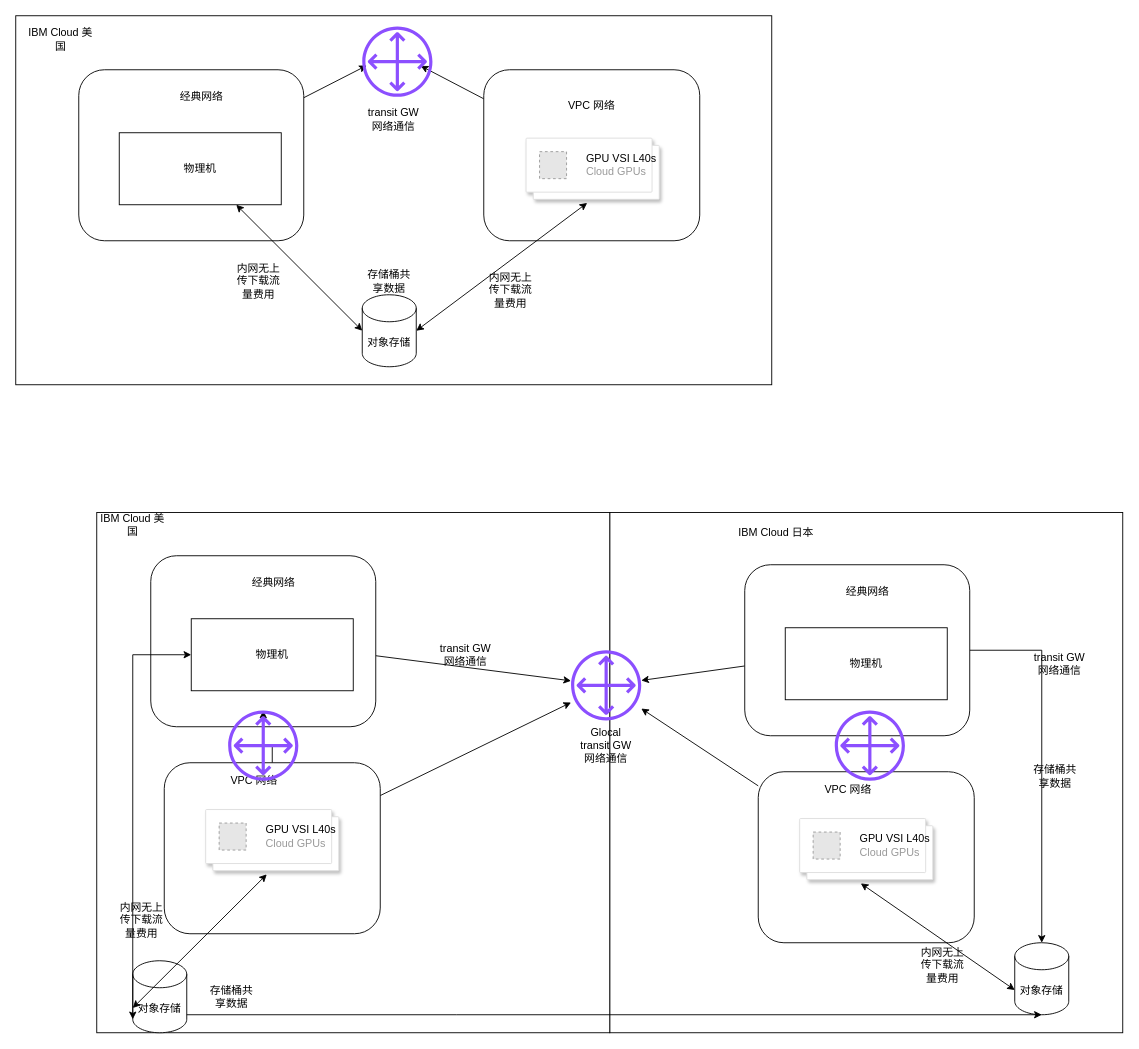
Earlier version of the draw.io diagram Untitled Diagram.drawio (threen134/draw). Source tidied: cells renumbered, new cells numbered last; positions are measured from the earlier drawing's top-left corner, leaving out a move shared by most shapes. Both pictures are drawn from the tidied source at 90%, with x=0, y=0 at pixel (15, 15). Pictures stored in the file or linked from it are replaced by grey dashed boxes.
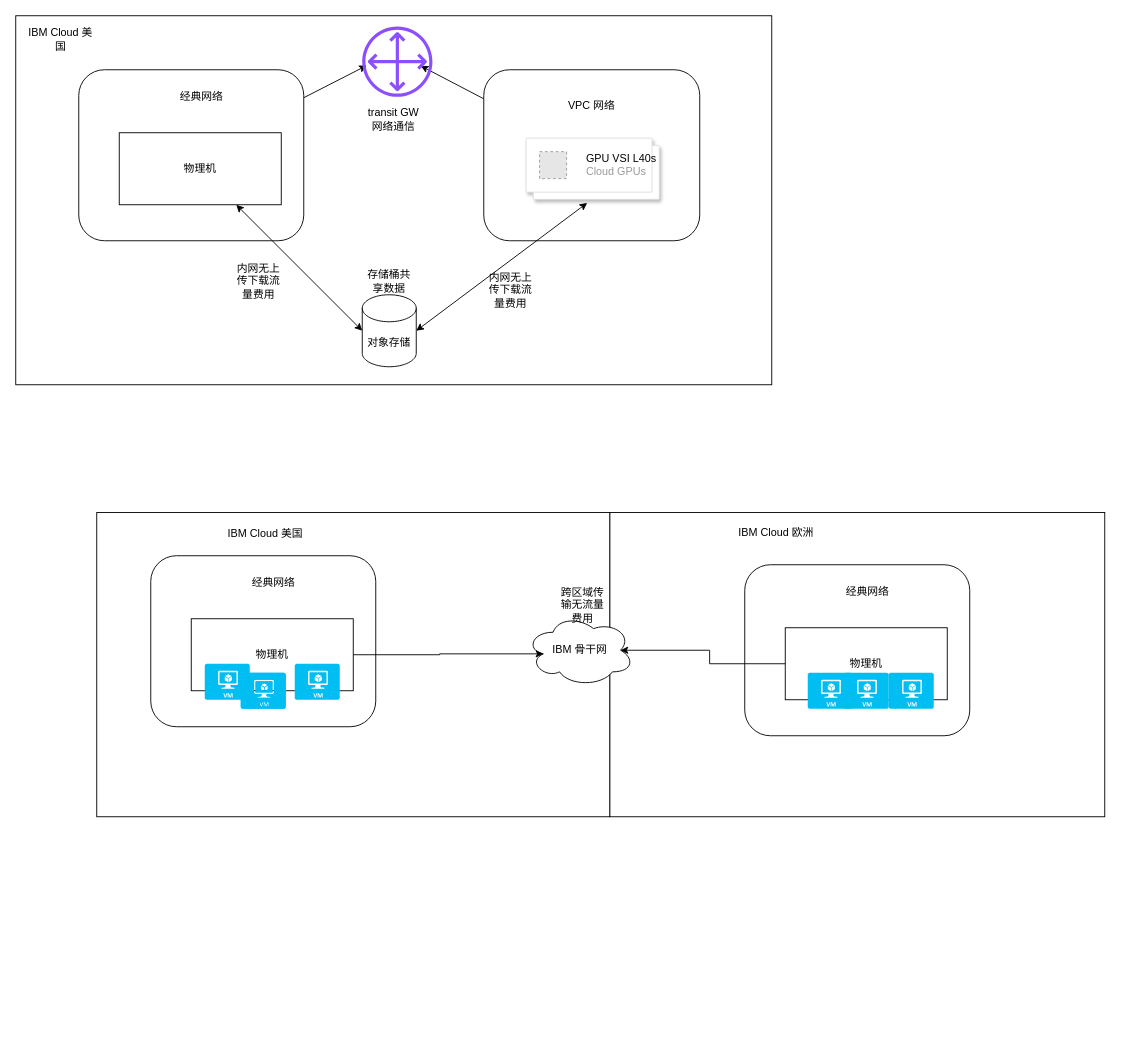
The same diagram, later.

The change refers to these unchanged cells:
```xml
<mxCell id="25" style="rounded=1;whiteSpace=wrap;html=1;" parent="1" vertex="1">
  <mxGeometry x="150" y="600" width="250" height="190" as="geometry" />
</mxCell>
<mxCell id="27" value="物理机" style="rounded=0;whiteSpace=wrap;html=1;" parent="1" vertex="1">
  <mxGeometry x="195" y="670" width="180" height="80" as="geometry" />
</mxCell>
<mxCell id="45" style="rounded=1;whiteSpace=wrap;html=1;" parent="1" vertex="1">
  <mxGeometry x="810" y="610" width="250" height="190" as="geometry" />
</mxCell>
<mxCell id="47" value="物理机" style="rounded=0;whiteSpace=wrap;html=1;" parent="1" vertex="1">
  <mxGeometry x="855" y="680" width="180" height="80" as="geometry" />
</mxCell>
```

Change to the diagram source:
```diff
@@
     <mxCell id="2" style="rounded=0;whiteSpace=wrap;html=1;" parent="1" vertex="1">
-      <mxGeometry x="660" y="552" width="570" height="578" as="geometry" />
+      <mxGeometry x="660" y="552" width="550" height="338" as="geometry" />
     </mxCell>
@@
     <mxCell id="22" style="rounded=0;whiteSpace=wrap;html=1;" parent="1" vertex="1">
-      <mxGeometry x="90" y="552" width="570" height="578" as="geometry" />
+      <mxGeometry x="90" y="552" width="570" height="338" as="geometry" />
     </mxCell>
-    <mxCell id="23" style="rounded=0;jettySize=auto;html=1;" parent="1" edge="1" source="25" target="38">
-      <mxGeometry relative="1" as="geometry" />
-    </mxCell>
-    <mxCell id="24" style="rounded=0;jettySize=auto;html=1;" parent="1" edge="1" source="25" target="58">
-      <mxGeometry relative="1" as="geometry" />
+    <mxCell id="24" style="rounded=0;jettySize=auto;html=1;" parent="1" edge="1" source="25">
+      <mxGeometry relative="1" as="geometry">
+        <mxPoint x="275" y="772" as="targetPoint" />
+      </mxGeometry>
     </mxCell>
@@
-    <mxCell id="28" style="rounded=0;jettySize=auto;html=1;" parent="1" edge="1" source="30" target="38">
-      <mxGeometry relative="1" as="geometry" />
-    </mxCell>
-    <mxCell id="29" style="edgeStyle=orthogonalEdgeStyle;rounded=0;jettySize=auto;html=1;" parent="1" edge="1" source="30" target="58">
-      <mxGeometry relative="1" as="geometry" />
-    </mxCell>
-    <mxCell id="30" style="rounded=1;whiteSpace=wrap;html=1;" parent="1" vertex="1">
-      <mxGeometry x="165" y="830" width="240" height="190" as="geometry" />
-    </mxCell>
-    <mxCell id="31" value="VPC 网络" style="text;html=1;whiteSpace=wrap;strokeColor=none;fillColor=none;align=center;verticalAlign=middle;rounded=0;" parent="1" vertex="1">
-      <mxGeometry x="210" y="840" width="110" height="20" as="geometry" />
-    </mxCell>
-    <mxCell id="32" style="shape=mxgraph.gcp2.doubleRect;fillColor=#ffffff;strokeColor=#dddddd;shadow=1;strokeWidth=1;rounded=1;absoluteArcSize=1;arcSize=2;" parent="1" vertex="1">
-      <mxGeometry x="211" y="882" width="148" height="68" as="geometry" />
-    </mxCell>
-    <mxCell id="33" value="&lt;font color=&quot;#000000&quot;&gt;GPU VSI L40s&lt;/font&gt;&lt;br&gt;Cloud GPUs" style="fillColor=#E6E6E6;strokeColor=#999999;dashed=1;html=1;fontColor=#999999;verticalLabelPosition=middle;verticalAlign=middle;labelPosition=right;align=left;spacingLeft=20;" parent="32" vertex="1">
-      <mxGeometry width="30" height="30" relative="1" as="geometry">
-        <mxPoint x="15" y="15" as="offset" />
-      </mxGeometry>
-    </mxCell>
-    <mxCell id="34" value="对象存储" style="shape=cylinder3;whiteSpace=wrap;html=1;boundedLbl=1;backgroundOutline=1;size=15;" parent="1" vertex="1">
-      <mxGeometry x="130" y="1050" width="60" height="80" as="geometry" />
-    </mxCell>
-    <mxCell id="35" style="rounded=0;jettySize=auto;html=1;startArrow=classic;startFill=1;entryX=0;entryY=1;entryDx=0;entryDy=-15;entryPerimeter=0;" parent="1" edge="1" source="27" target="34">
-      <mxGeometry relative="1" as="geometry">
-        <Array as="points">
-          <mxPoint x="130" y="710" />
-          <mxPoint x="130" y="1070" />
-        </Array>
-      </mxGeometry>
-    </mxCell>
-    <mxCell id="36" style="rounded=0;jettySize=auto;html=1;entryX=0.459;entryY=1.059;entryDx=0;entryDy=0;entryPerimeter=0;exitX=0;exitY=0;exitDx=0;exitDy=52.5;exitPerimeter=0;startArrow=classic;startFill=1;" parent="1" edge="1" source="34" target="32">
-      <mxGeometry relative="1" as="geometry" />
-    </mxCell>
-    <mxCell id="37" value="存储桶共享数据" style="text;html=1;whiteSpace=wrap;strokeColor=none;fillColor=none;align=center;verticalAlign=middle;rounded=0;" parent="1" vertex="1">
-      <mxGeometry x="210" y="1075" width="60" height="30" as="geometry" />
-    </mxCell>
-    <mxCell id="38" style="sketch=0;outlineConnect=0;fontColor=#232F3E;gradientColor=none;fillColor=#8C4FFF;strokeColor=none;dashed=0;verticalLabelPosition=bottom;verticalAlign=top;align=center;html=1;fontSize=12;fontStyle=0;shape=mxgraph.aws4.customer_gateway;" parent="1" vertex="1">
-      <mxGeometry x="617" y="705" width="78" height="78" as="geometry" />
-    </mxCell>
-    <mxCell id="39" value="transit GW 网络通信" style="text;html=1;whiteSpace=wrap;strokeColor=none;fillColor=none;align=center;verticalAlign=middle;rounded=0;" parent="1" vertex="1">
-      <mxGeometry x="470" y="695" width="60" height="30" as="geometry" />
-    </mxCell>
     <mxCell id="40" value="IBM Cloud 美国" style="text;html=1;whiteSpace=wrap;strokeColor=none;fillColor=none;align=center;verticalAlign=middle;rounded=0;" parent="1" vertex="1">
-      <mxGeometry x="90" y="552" width="80" height="28" as="geometry" />
+      <mxGeometry x="215" y="562" width="125" height="28" as="geometry" />
     </mxCell>
-    <mxCell id="41" value="内网无上传下载流量费用" style="text;html=1;whiteSpace=wrap;strokeColor=none;fillColor=none;align=center;verticalAlign=middle;rounded=0;" parent="1" vertex="1">
-      <mxGeometry x="110" y="990" width="60" height="30" as="geometry" />
-    </mxCell>
-    <mxCell id="42" value="IBM Cloud 日本" style="text;html=1;whiteSpace=wrap;strokeColor=none;fillColor=none;align=center;verticalAlign=middle;rounded=0;" parent="1" vertex="1">
+    <mxCell id="42" value="IBM Cloud 欧洲" style="text;html=1;whiteSpace=wrap;strokeColor=none;fillColor=none;align=center;verticalAlign=middle;rounded=0;" parent="1" vertex="1">
       <mxGeometry x="780" y="560" width="130" height="30" as="geometry" />
     </mxCell>
-    <mxCell id="43" style="edgeStyle=orthogonalEdgeStyle;rounded=0;jettySize=auto;html=1;" parent="1" edge="1" source="45" target="53">
-      <mxGeometry relative="1" as="geometry" />
-    </mxCell>
-    <mxCell id="44" style="rounded=0;jettySize=auto;html=1;" parent="1" edge="1" source="45" target="38">
-      <mxGeometry relative="1" as="geometry" />
-    </mxCell>
@@
-    <mxCell id="48" style="rounded=0;jettySize=auto;html=1;" parent="1" edge="1" source="49" target="38">
-      <mxGeometry relative="1" as="geometry" />
-    </mxCell>
-    <mxCell id="49" style="rounded=1;whiteSpace=wrap;html=1;" parent="1" vertex="1">
-      <mxGeometry x="825" y="840" width="240" height="190" as="geometry" />
-    </mxCell>
-    <mxCell id="50" value="VPC 网络" style="text;html=1;whiteSpace=wrap;strokeColor=none;fillColor=none;align=center;verticalAlign=middle;rounded=0;" parent="1" vertex="1">
-      <mxGeometry x="870" y="850" width="110" height="20" as="geometry" />
-    </mxCell>
-    <mxCell id="51" style="shape=mxgraph.gcp2.doubleRect;fillColor=#ffffff;strokeColor=#dddddd;shadow=1;strokeWidth=1;rounded=1;absoluteArcSize=1;arcSize=2;" parent="1" vertex="1">
-      <mxGeometry x="871" y="892" width="148" height="68" as="geometry" />
-    </mxCell>
-    <mxCell id="52" value="&lt;font color=&quot;#000000&quot;&gt;GPU VSI L40s&lt;/font&gt;&lt;br&gt;Cloud GPUs" style="fillColor=#E6E6E6;strokeColor=#999999;dashed=1;html=1;fontColor=#999999;verticalLabelPosition=middle;verticalAlign=middle;labelPosition=right;align=left;spacingLeft=20;" parent="51" vertex="1">
-      <mxGeometry width="30" height="30" relative="1" as="geometry">
-        <mxPoint x="15" y="15" as="offset" />
-      </mxGeometry>
-    </mxCell>
-    <mxCell id="53" value="对象存储" style="shape=cylinder3;whiteSpace=wrap;html=1;boundedLbl=1;backgroundOutline=1;size=15;" parent="1" vertex="1">
-      <mxGeometry x="1110" y="1030" width="60" height="80" as="geometry" />
-    </mxCell>
-    <mxCell id="54" style="rounded=0;jettySize=auto;html=1;entryX=0.459;entryY=1.059;entryDx=0;entryDy=0;entryPerimeter=0;exitX=0;exitY=0;exitDx=0;exitDy=52.5;exitPerimeter=0;startArrow=classic;startFill=1;" parent="1" edge="1" source="53" target="51">
-      <mxGeometry relative="1" as="geometry" />
-    </mxCell>
-    <mxCell id="55" value="存储桶共享数据" style="text;html=1;whiteSpace=wrap;strokeColor=none;fillColor=none;align=center;verticalAlign=middle;rounded=0;" parent="1" vertex="1">
-      <mxGeometry x="1125" y="830" width="60" height="30" as="geometry" />
-    </mxCell>
-    <mxCell id="56" value="transit GW 网络通信" style="text;html=1;whiteSpace=wrap;strokeColor=none;fillColor=none;align=center;verticalAlign=middle;rounded=0;" parent="1" vertex="1">
-      <mxGeometry x="1130" y="705" width="60" height="30" as="geometry" />
-    </mxCell>
-    <mxCell id="57" value="内网无上传下载流量费用" style="text;html=1;whiteSpace=wrap;strokeColor=none;fillColor=none;align=center;verticalAlign=middle;rounded=0;" parent="1" vertex="1">
-      <mxGeometry x="1000" y="1040" width="60" height="30" as="geometry" />
-    </mxCell>
-    <mxCell id="58" style="sketch=0;outlineConnect=0;fontColor=#232F3E;gradientColor=none;fillColor=#8C4FFF;strokeColor=none;dashed=0;verticalLabelPosition=bottom;verticalAlign=top;align=center;html=1;fontSize=12;fontStyle=0;shape=mxgraph.aws4.customer_gateway;" parent="1" vertex="1">
-      <mxGeometry x="236" y="772" width="78" height="78" as="geometry" />
-    </mxCell>
-    <mxCell id="59" style="sketch=0;fontColor=#232F3E;gradientColor=none;fillColor=#8C4FFF;strokeColor=none;dashed=0;verticalLabelPosition=bottom;verticalAlign=top;align=center;html=1;fontSize=12;fontStyle=0;shape=mxgraph.aws4.customer_gateway;" parent="1" vertex="1">
-      <mxGeometry x="910" y="772" width="78" height="78" as="geometry" />
-    </mxCell>
-    <mxCell id="60" value="Glocal transit GW 网络通信" style="text;html=1;whiteSpace=wrap;strokeColor=none;fillColor=none;align=center;verticalAlign=middle;rounded=0;" parent="1" vertex="1">
-      <mxGeometry x="626" y="796" width="60" height="30" as="geometry" />
-    </mxCell>
-    <mxCell id="61" style="edgeStyle=orthogonalEdgeStyle;rounded=0;jettySize=auto;html=1;entryX=0.5;entryY=1;entryDx=0;entryDy=0;entryPerimeter=0;" parent="1" edge="1" source="34" target="53">
-      <mxGeometry relative="1" as="geometry">
-        <Array as="points">
-          <mxPoint x="490" y="1110" />
-          <mxPoint x="1120" y="1110" />
-        </Array>
-      </mxGeometry>
-    </mxCell>
+    <mxCell id="62" value="IBM 骨干网" style="ellipse;shape=cloud;whiteSpace=wrap;html=1;" parent="1" vertex="1">
+      <mxGeometry x="567" y="665" width="120" height="80" as="geometry" />
+    </mxCell>
+    <mxCell id="63" style="edgeStyle=orthogonalEdgeStyle;rounded=0;jettySize=auto;html=1;entryX=0.16;entryY=0.55;entryDx=0;entryDy=0;entryPerimeter=0;" parent="1" edge="1" source="27" target="62">
+      <mxGeometry relative="1" as="geometry" />
+    </mxCell>
+    <mxCell id="64" style="edgeStyle=orthogonalEdgeStyle;rounded=0;jettySize=auto;html=1;entryX=0.875;entryY=0.5;entryDx=0;entryDy=0;entryPerimeter=0;" parent="1" edge="1" source="47" target="62">
+      <mxGeometry relative="1" as="geometry" />
+    </mxCell>
+    <mxCell id="65" value="跨区域传输无流量费用" style="text;html=1;whiteSpace=wrap;strokeColor=none;fillColor=none;align=center;verticalAlign=middle;rounded=0;" parent="1" vertex="1">
+      <mxGeometry x="600" y="640" width="60" height="30" as="geometry" />
+    </mxCell>
+    <mxCell id="66" style="verticalLabelPosition=bottom;html=1;verticalAlign=top;align=center;strokeColor=none;fillColor=#00BEF2;shape=mxgraph.azure.virtual_machine;" parent="1" vertex="1">
+      <mxGeometry x="210" y="720" width="50" height="40" as="geometry" />
+    </mxCell>
+    <mxCell id="67" style="verticalLabelPosition=bottom;html=1;verticalAlign=top;align=center;strokeColor=none;fillColor=#00BEF2;shape=mxgraph.azure.virtual_machine;" parent="1" vertex="1">
+      <mxGeometry x="250" y="730" width="50" height="40" as="geometry" />
+    </mxCell>
+    <mxCell id="68" style="verticalLabelPosition=bottom;html=1;verticalAlign=top;align=center;strokeColor=none;fillColor=#00BEF2;shape=mxgraph.azure.virtual_machine;" parent="1" vertex="1">
+      <mxGeometry x="250" y="730" width="50" height="40" as="geometry" />
+    </mxCell>
+    <mxCell id="69" style="verticalLabelPosition=bottom;html=1;verticalAlign=top;align=center;strokeColor=none;fillColor=#00BEF2;shape=mxgraph.azure.virtual_machine;" parent="1" vertex="1">
+      <mxGeometry x="310" y="720" width="50" height="40" as="geometry" />
+    </mxCell>
+    <mxCell id="70" style="verticalLabelPosition=bottom;html=1;verticalAlign=top;align=center;strokeColor=none;fillColor=#00BEF2;shape=mxgraph.azure.virtual_machine;" parent="1" vertex="1">
+      <mxGeometry x="880" y="730" width="50" height="40" as="geometry" />
+    </mxCell>
+    <mxCell id="71" style="verticalLabelPosition=bottom;html=1;verticalAlign=top;align=center;strokeColor=none;fillColor=#00BEF2;shape=mxgraph.azure.virtual_machine;" parent="1" vertex="1">
+      <mxGeometry x="920" y="730" width="50" height="40" as="geometry" />
+    </mxCell>
+    <mxCell id="72" style="verticalLabelPosition=bottom;html=1;verticalAlign=top;align=center;strokeColor=none;fillColor=#00BEF2;shape=mxgraph.azure.virtual_machine;" parent="1" vertex="1">
+      <mxGeometry x="970" y="730" width="50" height="40" as="geometry" />
+    </mxCell>
```
